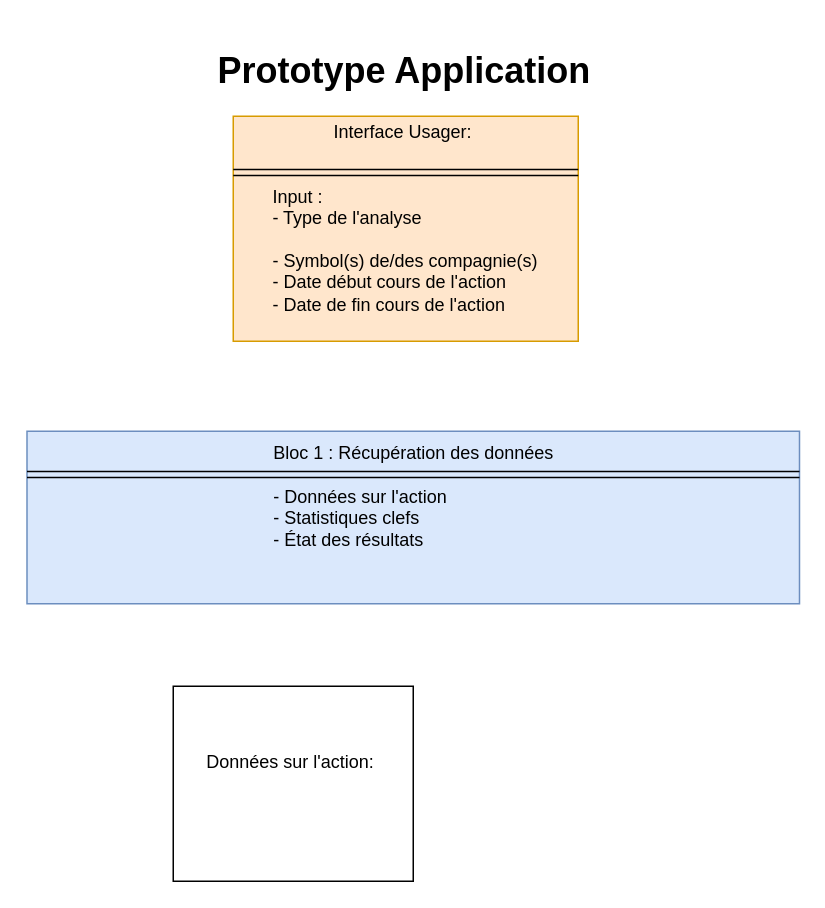
Earlier version of the draw.io diagram page "Page-1" (1 of 2) of Cas_Utilisation.drawio (GetCaille/IND6953N_ProjetSession). Source tidied: cells renumbered, new cells numbered last; positions are measured from the earlier drawing's top-left corner, leaving out a move shared by most shapes. Both pictures are drawn from the tidied source at 150%, with x=0, y=0 at pixel (26, 40).
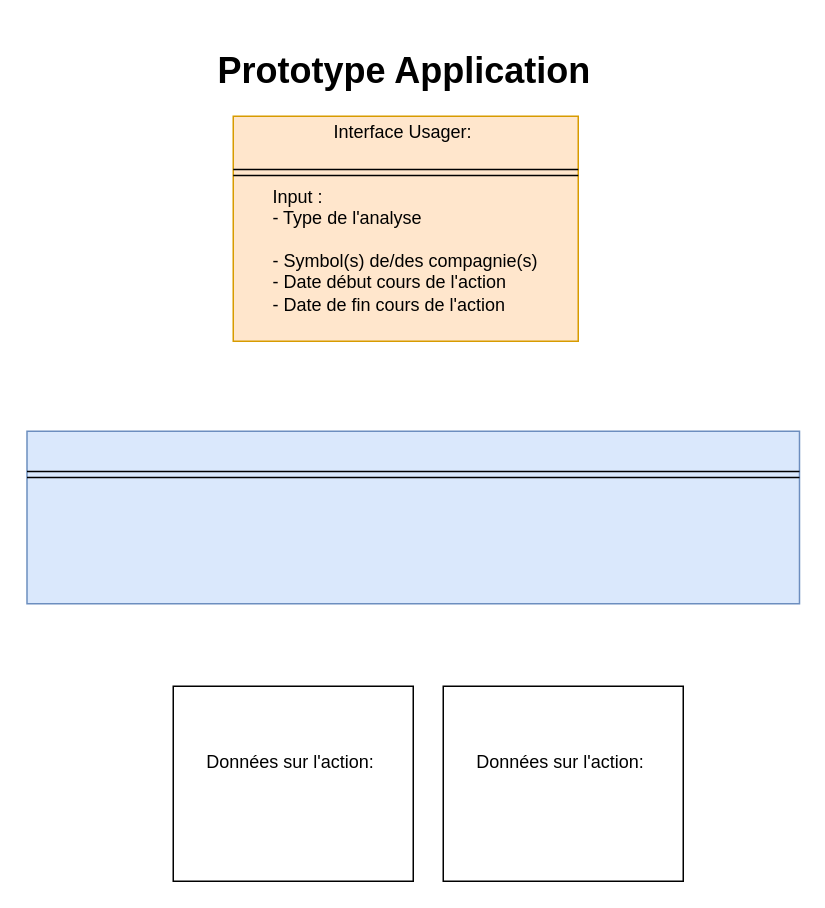
The same diagram, later.

Diff of the diagram source:
```diff
@@
 <mxGraphModel background="#ffffff">
   <root>
     <mxCell id="0" />
     <mxCell id="1" parent="0" />
     <mxCell id="2" value="&lt;br&gt;Interface Usager:&amp;nbsp;&lt;br&gt;&lt;br&gt;&lt;br&gt;&lt;div style=&quot;text-align: left&quot;&gt;&lt;span&gt;Input :&amp;nbsp;&lt;/span&gt;&lt;/div&gt;&lt;div style=&quot;text-align: left&quot;&gt;- Type de l'analyse&lt;/div&gt;&lt;div style=&quot;text-align: left&quot;&gt;&lt;span&gt;&lt;br&gt;&lt;/span&gt;&lt;/div&gt;&lt;div style=&quot;text-align: left&quot;&gt;&lt;span&gt;- Symbol(s) de/des compagnie(s)&lt;/span&gt;&lt;/div&gt;&lt;div style=&quot;text-align: left&quot;&gt;&lt;span&gt;- Date début cours de l'action&lt;/span&gt;&lt;/div&gt;&lt;div style=&quot;text-align: left&quot;&gt;&lt;span&gt;- Date de fin cours de l'action&lt;/span&gt;&lt;/div&gt;&lt;div style=&quot;text-align: left&quot;&gt;&lt;br&gt;&lt;/div&gt;&lt;div style=&quot;text-align: left&quot;&gt;&lt;br&gt;&lt;/div&gt;" style="rounded=0;whiteSpace=wrap;html=1;fillColor=#ffe6cc;strokeColor=#d79b00;" parent="1" vertex="1">
       <mxGeometry x="138" y="50" width="230" height="150" as="geometry" />
     </mxCell>
     <mxCell id="3" value="&lt;h1&gt;Prototype Application&lt;/h1&gt;" style="text;html=1;strokeColor=none;fillColor=none;spacing=5;spacingTop=-20;whiteSpace=wrap;overflow=hidden;rounded=0;" parent="1" vertex="1">
       <mxGeometry x="123" width="270" height="40" as="geometry" />
     </mxCell>
     <mxCell id="4" style="shape=link;html=1;entryX=1;entryY=0.25;entryDx=0;entryDy=0;exitX=0;exitY=0.25;exitDx=0;exitDy=0;" parent="1" edge="1" source="2" target="2">
       <mxGeometry relative="1" as="geometry" />
     </mxCell>
-    <mxCell id="5" value="&lt;br&gt;Bloc 1 : Récupération des données&lt;br&gt;&lt;br&gt;&lt;span&gt;&lt;div style=&quot;text-align: left&quot;&gt;&lt;span&gt;- Données sur l'action&lt;/span&gt;&lt;/div&gt;&lt;/span&gt;&lt;div style=&quot;text-align: left&quot;&gt;- Statistiques clefs&lt;/div&gt;&lt;div style=&quot;text-align: left&quot;&gt;- État des résultats&lt;/div&gt;&lt;div style=&quot;text-align: left&quot;&gt;&lt;br&gt;&lt;/div&gt;&lt;div style=&quot;text-align: left&quot;&gt;&lt;br&gt;&lt;/div&gt;&lt;div style=&quot;text-align: left&quot;&gt;&lt;br&gt;&lt;/div&gt;" style="rounded=0;whiteSpace=wrap;html=1;fillColor=#dae8fc;strokeColor=#6c8ebf;" parent="1" vertex="1">
+    <mxCell id="5" value="&lt;br&gt;&lt;div style=&quot;text-align: left&quot;&gt;&lt;br&gt;&lt;/div&gt;&lt;div style=&quot;text-align: left&quot;&gt;&lt;br&gt;&lt;/div&gt;&lt;div style=&quot;text-align: left&quot;&gt;&lt;br&gt;&lt;/div&gt;" style="rounded=0;whiteSpace=wrap;html=1;fillColor=#dae8fc;strokeColor=#6c8ebf;" parent="1" vertex="1">
       <mxGeometry x="0.5" y="260" width="515" height="115" as="geometry" />
     </mxCell>
     <mxCell id="6" style="shape=link;html=1;entryX=1;entryY=0.25;entryDx=0;entryDy=0;exitX=0;exitY=0.25;exitDx=0;exitDy=0;" parent="1" edge="1" source="5" target="5">
       <mxGeometry relative="1" as="geometry" />
     </mxCell>
     <mxCell id="7" value="Données sur l'action:&amp;nbsp;&lt;br&gt;&lt;br&gt;&lt;br&gt;" style="rounded=0;whiteSpace=wrap;html=1;" parent="1" vertex="1">
       <mxGeometry x="98" y="430" width="160" height="130" as="geometry" />
     </mxCell>
+    <mxCell id="8" value="Données sur l'action:&amp;nbsp;&lt;br&gt;&lt;br&gt;&lt;br&gt;" style="rounded=0;whiteSpace=wrap;html=1;" parent="1" vertex="1">
+      <mxGeometry x="278" y="430" width="160" height="130" as="geometry" />
+    </mxCell>
   </root>
 </mxGraphModel>
```
